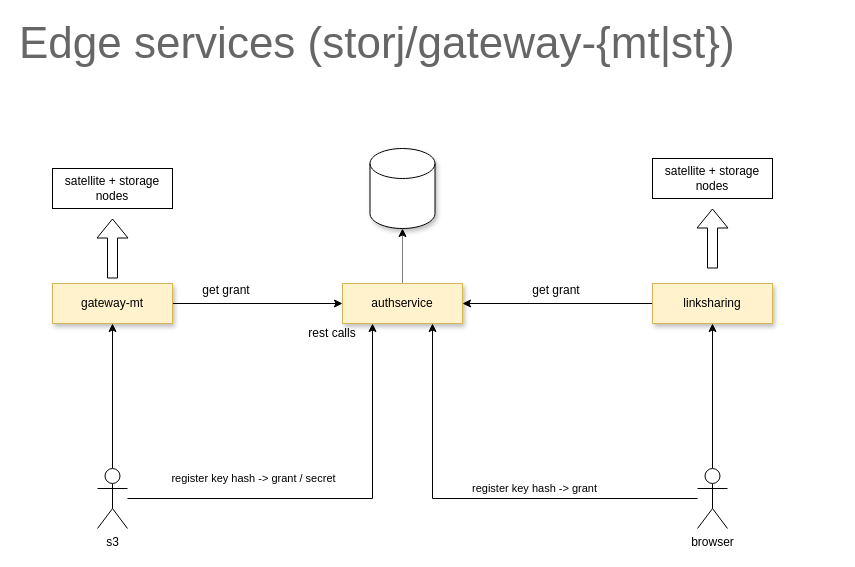
This is page "edge" (3 of 9) of storj.drawio from storj/illustrated, a draw.io file, before an edit. Source tidied: cells renumbered, new cells numbered last; positions are measured from the earlier drawing's top-left corner, leaving out a move shared by most shapes. Both pictures are drawn from the tidied source at 100%, with x=0, y=0 at pixel (17, 18).
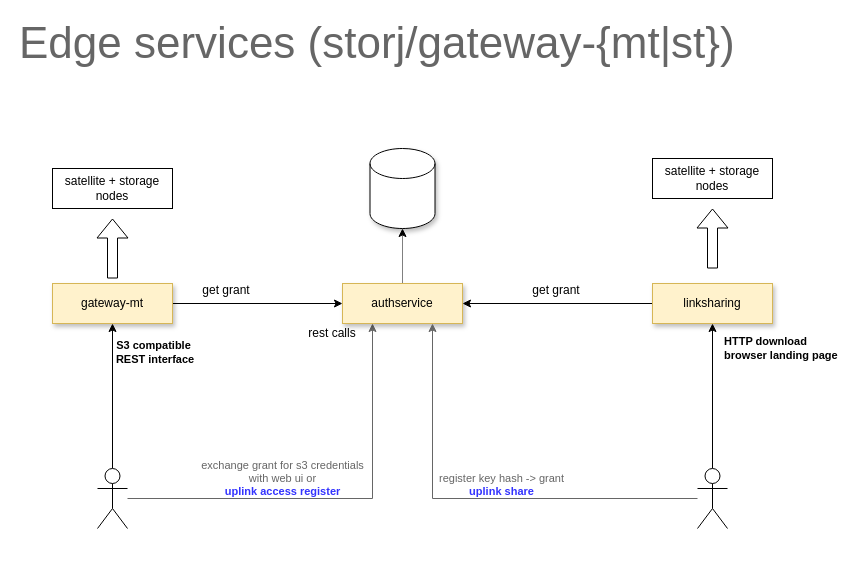
Above is the later version.

Commit message:
adding anatomy of a grant

The change refers to these unchanged cells:
```xml
<mxCell id="3" value="gateway-mt" style="rounded=0;whiteSpace=wrap;html=1;shadow=1;fillColor=#fff2cc;strokeColor=#d6b656;" parent="1" vertex="1">
  <mxGeometry x="35" y="265" width="120" height="40" as="geometry" />
</mxCell>
<mxCell id="8" value="authservice" style="rounded=0;whiteSpace=wrap;html=1;shadow=1;fillColor=#fff2cc;strokeColor=#d6b656;" parent="1" vertex="1">
  <mxGeometry x="325" y="265" width="120" height="40" as="geometry" />
</mxCell>
<mxCell id="10" value="linksharing" style="rounded=0;whiteSpace=wrap;html=1;shadow=1;fillColor=#fff2cc;strokeColor=#d6b656;" parent="1" vertex="1">
  <mxGeometry x="635" y="265" width="120" height="40" as="geometry" />
</mxCell>
```

The edit, as a diff of the source:
```diff
@@
-    <mxCell id="4" style="edgeStyle=orthogonalEdgeStyle;rounded=0;jettySize=auto;html=1;entryX=0.5;entryY=1;entryDx=0;entryDy=0;" parent="1" edge="1" source="6" target="3">
-      <mxGeometry relative="1" as="geometry" />
+    <mxCell id="4" value="&lt;b&gt;S3 compatible&lt;br&gt;&amp;nbsp;REST interface&lt;/b&gt;" style="edgeStyle=orthogonalEdgeStyle;rounded=0;jettySize=auto;html=1;entryX=0.5;entryY=1;entryDx=0;entryDy=0;" parent="1" edge="1" source="6" target="3">
+      <mxGeometry x="0.6" y="-41" relative="1" as="geometry" />
     </mxCell>
-    <mxCell id="5" value="register key hash -&amp;gt; grant / secret" style="edgeStyle=orthogonalEdgeStyle;rounded=0;jettySize=auto;html=1;entryX=0.25;entryY=1;entryDx=0;entryDy=0;" parent="1" edge="1" source="6" target="8">
-      <mxGeometry x="-0.4" y="20" relative="1" as="geometry" />
+    <mxCell id="5" value="&lt;font color=&quot;#666666&quot;&gt;exchange grant for s3 credentials&lt;br&gt;with web ui or&lt;/font&gt;&lt;br&gt;&lt;font color=&quot;#3333ff&quot;&gt;&lt;b&gt;uplink access register&lt;/b&gt;&lt;/font&gt;" style="edgeStyle=orthogonalEdgeStyle;rounded=0;jettySize=auto;html=1;entryX=0.25;entryY=1;entryDx=0;entryDy=0;strokeColor=#666666;" parent="1" edge="1" source="6" target="8">
+      <mxGeometry x="-0.26" y="20" relative="1" as="geometry" />
     </mxCell>
-    <mxCell id="6" value="s3" style="shape=umlActor;verticalLabelPosition=bottom;verticalAlign=top;html=1;outlineConnect=0;shadow=0;" parent="1" vertex="1">
+    <mxCell id="6" style="shape=umlActor;verticalLabelPosition=bottom;verticalAlign=top;html=1;outlineConnect=0;shadow=0;" parent="1" vertex="1">
       <mxGeometry x="80" y="450" width="30" height="60" as="geometry" />
     </mxCell>
@@
-    <mxCell id="12" style="edgeStyle=orthogonalEdgeStyle;rounded=0;jettySize=auto;html=1;" parent="1" edge="1" source="14" target="10">
-      <mxGeometry relative="1" as="geometry" />
+    <mxCell id="12" value="&lt;b&gt;HTTP download&lt;br&gt;browser landing page&lt;/b&gt;" style="edgeStyle=orthogonalEdgeStyle;rounded=0;jettySize=auto;html=1;align=left;" parent="1" edge="1" source="14" target="10">
+      <mxGeometry x="0.66" y="-10" relative="1" as="geometry" />
     </mxCell>
-    <mxCell id="13" value="register key hash -&amp;gt; grant" style="edgeStyle=orthogonalEdgeStyle;rounded=0;jettySize=auto;html=1;" parent="1" edge="1" source="14" target="8">
-      <mxGeometry x="-0.26" y="-10" relative="1" as="geometry">
+    <mxCell id="13" value="&lt;br&gt;&lt;font color=&quot;#666666&quot;&gt;register key hash -&amp;gt; grant&lt;br&gt;&lt;/font&gt;&lt;b style=&quot;color: rgb(51 , 51 , 255)&quot;&gt;uplink share&lt;/b&gt;" style="edgeStyle=orthogonalEdgeStyle;rounded=0;jettySize=auto;html=1;strokeColor=#666666;" parent="1" edge="1" source="14" target="8">
+      <mxGeometry x="-0.11" y="-20" relative="1" as="geometry">
         <Array as="points">
           <mxPoint x="415" y="480" />
         </Array>
       </mxGeometry>
     </mxCell>
-    <mxCell id="14" value="browser" style="shape=umlActor;verticalLabelPosition=bottom;verticalAlign=top;html=1;outlineConnect=0;shadow=0;" parent="1" vertex="1">
+    <mxCell id="14" style="shape=umlActor;verticalLabelPosition=bottom;verticalAlign=top;html=1;outlineConnect=0;shadow=0;" parent="1" vertex="1">
       <mxGeometry x="680" y="450" width="30" height="60" as="geometry" />
     </mxCell>
```
